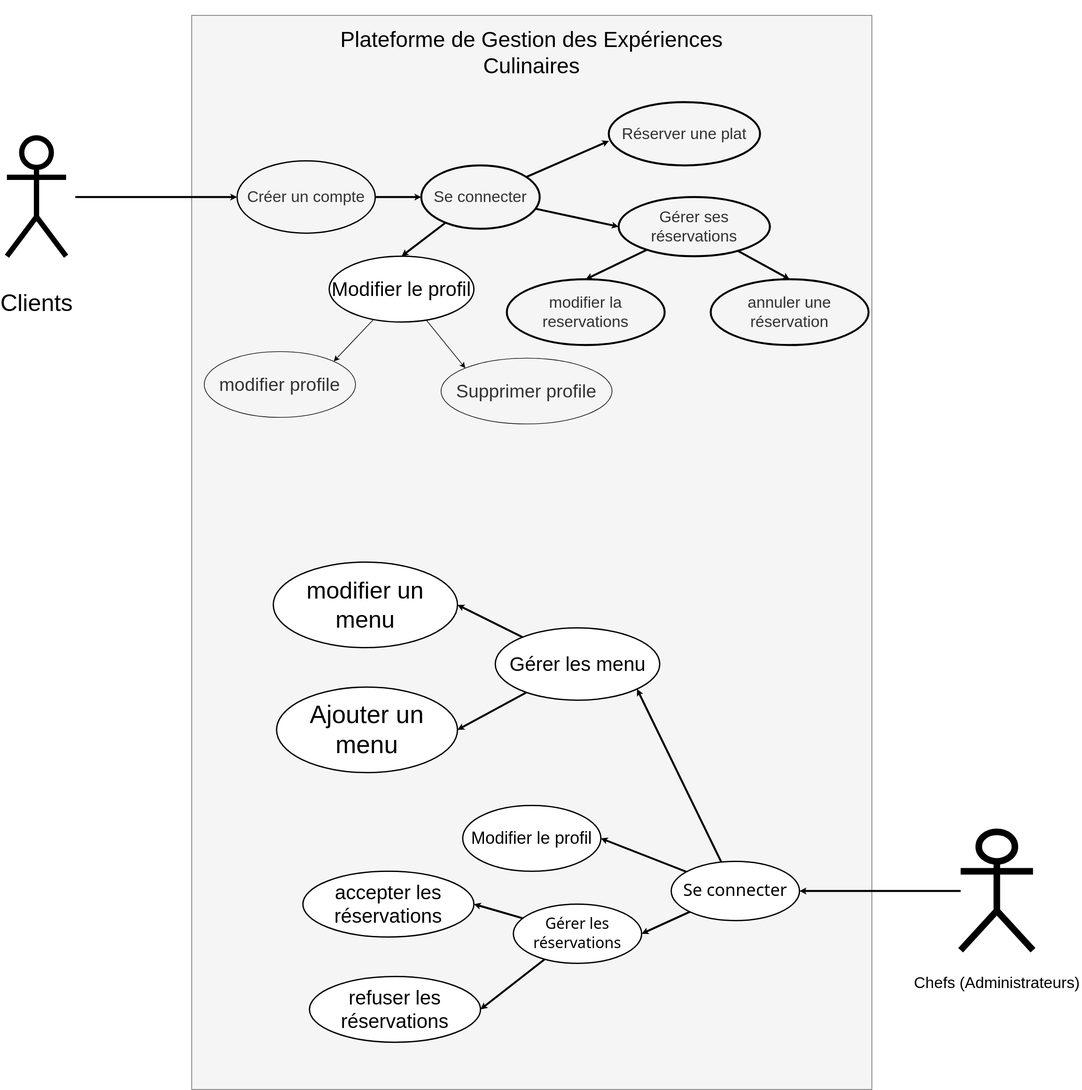
Earlier version of the draw.io export URD.dio.svg (Mahdi732/DINE-WHIT-US). Source tidied: cells renumbered, new cells last; positions are measured from the earlier drawing's top-left corner, leaving out a move shared by most shapes. The source it was exported from:
```xml
<mxGraphModel>
  <root>
    <mxCell id="0" />
    <mxCell id="1" parent="0" />
    <mxCell id="2" style="rounded=0;whiteSpace=wrap;html=1;rotation=-90;fillColor=#f5f5f5;fontColor=#333333;strokeColor=#666666;fontSize=43;" parent="1" vertex="1">
      <mxGeometry x="-0.5" y="248.2" width="1633" height="1034.1" as="geometry" />
    </mxCell>
    <mxCell id="3" value="&#10;&lt;span style=&quot;color: rgb(0, 0, 0); font-family: &amp;quot;Nunito Sans&amp;quot;, sans-serif; font-size: 36px; font-style: normal; font-variant-ligatures: normal; font-variant-caps: normal; font-weight: 400; letter-spacing: normal; orphans: 2; text-align: left; text-indent: 0px; text-transform: none; widows: 2; word-spacing: 0px; -webkit-text-stroke-width: 0px; background-color: rgb(255, 255, 255); text-decoration-thickness: initial; text-decoration-style: initial; text-decoration-color: initial; float: none; display: inline !important;&quot;&gt;Clients&lt;/span&gt;&#10;&#10;" style="shape=umlActor;verticalLabelPosition=bottom;verticalAlign=top;html=1;outlineConnect=0;strokeWidth=8;perimeterSpacing=14;fontSize=36;" parent="1" vertex="1">
      <mxGeometry x="18" y="135" width="90" height="180" as="geometry" />
    </mxCell>
    <mxCell id="4" style="edgeStyle=none;jumpSize=2;html=1;labelBackgroundColor=none;strokeColor=#000000;strokeWidth=3;fontSize=15;fontColor=#000000;endSize=1;entryX=1;entryY=0.5;entryDx=0;entryDy=0;" parent="1" edge="1" source="5" target="22">
      <mxGeometry relative="1" as="geometry" />
    </mxCell>
    <mxCell id="5" value="&#10;&lt;span style=&quot;color: rgb(0, 0, 0); font-family: &amp;quot;Nunito Sans&amp;quot;, sans-serif; font-size: 24px; font-style: normal; font-variant-ligatures: normal; font-variant-caps: normal; font-weight: 400; letter-spacing: normal; orphans: 2; text-align: left; text-indent: 0px; text-transform: none; widows: 2; word-spacing: 0px; -webkit-text-stroke-width: 0px; background-color: rgb(255, 255, 255); text-decoration-thickness: initial; text-decoration-style: initial; text-decoration-color: initial; float: none; display: inline !important;&quot;&gt;Chefs (Administrateurs)&lt;span style=&quot;font-size: 24px;&quot;&gt;&amp;nbsp;&lt;/span&gt;&lt;/span&gt;&#10;&#10;" style="shape=umlActor;verticalLabelPosition=bottom;verticalAlign=top;html=1;outlineConnect=0;fontSize=24;strokeWidth=10;" parent="1" vertex="1">
      <mxGeometry x="1468" y="1190" width="110" height="180" as="geometry" />
    </mxCell>
    <mxCell id="6" style="edgeStyle=none;jettySize=auto;html=1;fontSize=24;strokeWidth=3;entryX=0;entryY=0.5;entryDx=0;entryDy=0;strokeColor=#000000;jumpSize=2;endSize=1;" parent="1" edge="1" source="3" target="8">
      <mxGeometry relative="1" as="geometry" />
    </mxCell>
    <mxCell id="7" style="edgeStyle=none;jumpSize=2;html=1;strokeColor=#000000;strokeWidth=3;endSize=1;" parent="1" edge="1" source="8" target="13">
      <mxGeometry relative="1" as="geometry" />
    </mxCell>
    <mxCell id="8" value="Créer un compte" style="ellipse;strokeWidth=2;fontSize=24;fillColor=#f5f5f5;fontColor=#333333;strokeColor=#000000;whiteSpace=wrap;" parent="1" vertex="1">
      <mxGeometry x="368" y="170" width="210" height="110" as="geometry" />
    </mxCell>
    <mxCell id="9" value="Réserver une plat" style="ellipse;whiteSpace=wrap;html=1;strokeWidth=3;fontSize=24;fillColor=#f5f5f5;fontColor=#333333;strokeColor=#000000;" parent="1" vertex="1">
      <mxGeometry x="933" y="80.6" width="230" height="96.2" as="geometry" />
    </mxCell>
    <mxCell id="10" style="edgeStyle=none;jumpSize=2;html=1;entryX=0;entryY=0.5;entryDx=0;entryDy=0;strokeColor=#000000;strokeWidth=3;endSize=1;" parent="1" edge="1" source="13" target="16">
      <mxGeometry relative="1" as="geometry" />
    </mxCell>
    <mxCell id="11" style="edgeStyle=none;jumpSize=2;html=1;entryX=0.002;entryY=0.613;entryDx=0;entryDy=0;entryPerimeter=0;strokeColor=#000000;strokeWidth=3;endSize=1;" parent="1" edge="1" source="13" target="9">
      <mxGeometry relative="1" as="geometry" />
    </mxCell>
    <mxCell id="12" style="edgeStyle=none;jumpSize=2;html=1;entryX=0.5;entryY=0;entryDx=0;entryDy=0;labelBackgroundColor=none;strokeColor=#000000;strokeWidth=3;fontSize=30;fontColor=#000000;endSize=1;" parent="1" edge="1" source="13" target="36">
      <mxGeometry relative="1" as="geometry" />
    </mxCell>
    <mxCell id="13" value="Se connecter" style="ellipse;whiteSpace=wrap;strokeWidth=3;fontSize=24;fillColor=#f5f5f5;fontColor=#333333;strokeColor=#000000;" parent="1" vertex="1">
      <mxGeometry x="648" y="176.9" width="180" height="96.2" as="geometry" />
    </mxCell>
    <mxCell id="14" style="edgeStyle=none;jumpSize=2;html=1;entryX=0.5;entryY=0;entryDx=0;entryDy=0;labelBackgroundColor=none;strokeColor=#000000;strokeWidth=3;fontSize=26;fontColor=#000000;endSize=1;" parent="1" edge="1" source="16" target="18">
      <mxGeometry relative="1" as="geometry" />
    </mxCell>
    <mxCell id="15" style="edgeStyle=none;jumpSize=2;html=1;entryX=0.5;entryY=0;entryDx=0;entryDy=0;labelBackgroundColor=none;strokeColor=#000000;strokeWidth=3;fontSize=26;fontColor=#000000;endSize=1;" parent="1" edge="1" source="16" target="17">
      <mxGeometry relative="1" as="geometry" />
    </mxCell>
    <mxCell id="16" value="Gérer ses réservations" style="ellipse;whiteSpace=wrap;strokeWidth=3;fontSize=24;fillColor=#f5f5f5;fontColor=#333333;strokeColor=#000000;" parent="1" vertex="1">
      <mxGeometry x="948" y="225" width="230" height="90" as="geometry" />
    </mxCell>
    <mxCell id="17" value="annuler une réservation" style="ellipse;whiteSpace=wrap;html=1;strokeWidth=3;fontSize=24;fillColor=#f5f5f5;fontColor=#333333;strokeColor=#000000;" parent="1" vertex="1">
      <mxGeometry x="1088" y="350" width="240" height="100" as="geometry" />
    </mxCell>
    <mxCell id="18" value="modifier la reservations" style="ellipse;whiteSpace=wrap;strokeWidth=3;fontSize=24;fillColor=#f5f5f5;fontColor=#333333;strokeColor=#000000;" parent="1" vertex="1">
      <mxGeometry x="778" y="350" width="240" height="100" as="geometry" />
    </mxCell>
    <mxCell id="19" style="edgeStyle=none;jumpSize=2;html=1;entryX=1;entryY=0.5;entryDx=0;entryDy=0;labelBackgroundColor=none;strokeColor=#000000;strokeWidth=3;fontSize=15;fontColor=#000000;endSize=1;" parent="1" edge="1" source="22" target="25">
      <mxGeometry relative="1" as="geometry" />
    </mxCell>
    <mxCell id="20" style="edgeStyle=none;jumpSize=2;html=1;entryX=1;entryY=0.5;entryDx=0;entryDy=0;labelBackgroundColor=none;strokeColor=#000000;strokeWidth=3;fontSize=26;fontColor=#000000;endSize=1;" parent="1" edge="1" source="22" target="28">
      <mxGeometry relative="1" as="geometry" />
    </mxCell>
    <mxCell id="21" style="edgeStyle=none;jumpSize=2;html=1;entryX=1;entryY=1;entryDx=0;entryDy=0;labelBackgroundColor=none;strokeColor=#000000;strokeWidth=3;fontSize=26;fontColor=#000000;endSize=1;" parent="1" edge="1" source="22" target="31">
      <mxGeometry relative="1" as="geometry" />
    </mxCell>
    <mxCell id="22" value="&#10;&lt;span style=&quot;font-family: &amp;quot;gg sans&amp;quot;, &amp;quot;Noto Sans&amp;quot;, &amp;quot;Helvetica Neue&amp;quot;, Helvetica, Arial, sans-serif; font-size: 26px; font-style: normal; font-variant-ligatures: normal; font-variant-caps: normal; font-weight: 400; letter-spacing: normal; orphans: 2; text-align: left; text-indent: 0px; text-transform: none; widows: 2; word-spacing: 0px; -webkit-text-stroke-width: 0px; text-decoration-thickness: initial; text-decoration-style: initial; text-decoration-color: initial; float: none; display: inline !important;&quot;&gt;Se connecter&#10;&lt;/span&gt;&lt;br class=&quot;Apple-interchange-newline&quot; style=&quot;font-size: 26px;&quot;&gt;&#10;&#10;" style="ellipse;whiteSpace=wrap;html=1;labelBackgroundColor=none;strokeColor=#000000;strokeWidth=2;fontSize=26;fillColor=#FFFFFF;gradientColor=none;fontColor=#000000;spacingBottom=-40;spacingTop=20;" parent="1" vertex="1">
      <mxGeometry x="1028" y="1235" width="195" height="90" as="geometry" />
    </mxCell>
    <mxCell id="23" style="edgeStyle=none;jumpSize=2;html=1;entryX=1;entryY=0.5;entryDx=0;entryDy=0;labelBackgroundColor=none;strokeColor=#000000;strokeWidth=3;fontSize=26;fontColor=#000000;endSize=1;" parent="1" edge="1" source="25" target="26">
      <mxGeometry relative="1" as="geometry" />
    </mxCell>
    <mxCell id="24" style="edgeStyle=none;jumpSize=2;html=1;entryX=1;entryY=0.5;entryDx=0;entryDy=0;labelBackgroundColor=none;strokeColor=#000000;strokeWidth=3;fontSize=26;fontColor=#000000;endSize=1;" parent="1" edge="1" source="25" target="27">
      <mxGeometry relative="1" as="geometry" />
    </mxCell>
    <mxCell id="25" value="&#10;&lt;span style=&quot;font-family: &amp;quot;gg sans&amp;quot;, &amp;quot;Noto Sans&amp;quot;, &amp;quot;Helvetica Neue&amp;quot;, Helvetica, Arial, sans-serif; font-size: 23px; font-style: normal; font-variant-ligatures: normal; font-variant-caps: normal; font-weight: 400; letter-spacing: normal; orphans: 2; text-align: left; text-indent: 0px; text-transform: none; widows: 2; word-spacing: 0px; -webkit-text-stroke-width: 0px; text-decoration-thickness: initial; text-decoration-style: initial; text-decoration-color: initial; float: none; display: inline !important;&quot;&gt;Gérer les réservations&lt;/span&gt;&#10;&#10;" style="ellipse;whiteSpace=wrap;html=1;labelBackgroundColor=none;strokeColor=#000000;strokeWidth=2;fontSize=23;fontColor=#000000;fillColor=#FFFFFF;gradientColor=none;spacingBottom=-25;" parent="1" vertex="1">
      <mxGeometry x="788" y="1300" width="195" height="90" as="geometry" />
    </mxCell>
    <mxCell id="26" value="accepter les réservations" style="ellipse;whiteSpace=wrap;html=1;labelBackgroundColor=none;strokeColor=#000000;strokeWidth=2;fontSize=30;fontColor=#000000;fillColor=#FFFFFF;gradientColor=none;" parent="1" vertex="1">
      <mxGeometry x="468" y="1250" width="260" height="100" as="geometry" />
    </mxCell>
    <mxCell id="27" value="refuser les réservations" style="ellipse;whiteSpace=wrap;html=1;labelBackgroundColor=none;strokeColor=#000000;strokeWidth=2;fontSize=30;fontColor=#000000;fillColor=#FFFFFF;gradientColor=none;" parent="1" vertex="1">
      <mxGeometry x="478" y="1410" width="260" height="100" as="geometry" />
    </mxCell>
    <mxCell id="28" value="Modifier le profil" style="ellipse;whiteSpace=wrap;labelBackgroundColor=none;strokeColor=#000000;strokeWidth=2;fontSize=26;fontColor=#000000;fillColor=#FFFFFF;gradientColor=none;" parent="1" vertex="1">
      <mxGeometry x="711" y="1150" width="210" height="100" as="geometry" />
    </mxCell>
    <mxCell id="29" style="edgeStyle=none;jumpSize=2;html=1;entryX=1;entryY=0.5;entryDx=0;entryDy=0;labelBackgroundColor=none;strokeColor=#000000;strokeWidth=3;fontSize=26;fontColor=#000000;endSize=1;" parent="1" edge="1" source="31" target="33">
      <mxGeometry relative="1" as="geometry" />
    </mxCell>
    <mxCell id="30" style="edgeStyle=none;jumpSize=2;html=1;entryX=1;entryY=0.5;entryDx=0;entryDy=0;labelBackgroundColor=none;strokeColor=#000000;strokeWidth=3;fontSize=26;fontColor=#000000;endSize=1;" parent="1" edge="1" source="31" target="32">
      <mxGeometry relative="1" as="geometry" />
    </mxCell>
    <mxCell id="31" value="Gérer les menu" style="ellipse;whiteSpace=wrap;html=1;labelBackgroundColor=none;strokeColor=#000000;strokeWidth=2;fontSize=30;fontColor=#000000;fillColor=#FFFFFF;gradientColor=none;" parent="1" vertex="1">
      <mxGeometry x="760.5" y="880" width="250" height="110" as="geometry" />
    </mxCell>
    <mxCell id="32" value="Ajouter un menu" style="ellipse;whiteSpace=wrap;html=1;labelBackgroundColor=none;strokeColor=#000000;strokeWidth=2;fontSize=38;fontColor=#000000;fillColor=#FFFFFF;gradientColor=none;" parent="1" vertex="1">
      <mxGeometry x="428" y="970" width="275" height="130" as="geometry" />
    </mxCell>
    <mxCell id="33" value="modifier un menu" style="ellipse;whiteSpace=wrap;labelBackgroundColor=none;strokeColor=#000000;strokeWidth=2;fontSize=36;fontColor=#000000;fillColor=#FFFFFF;gradientColor=none;" parent="1" vertex="1">
      <mxGeometry x="423" y="780" width="280" height="130" as="geometry" />
    </mxCell>
    <mxCell id="34" style="edgeStyle=none;html=1;entryX=0;entryY=0;entryDx=0;entryDy=0;strokeColor=#000000;" parent="1" edge="1" source="36" target="38">
      <mxGeometry relative="1" as="geometry" />
    </mxCell>
    <mxCell id="35" style="edgeStyle=none;html=1;entryX=1;entryY=0;entryDx=0;entryDy=0;strokeColor=#000000;" parent="1" edge="1" source="36" target="37">
      <mxGeometry relative="1" as="geometry" />
    </mxCell>
    <mxCell id="36" value="Modifier le profil" style="ellipse;whiteSpace=wrap;labelBackgroundColor=none;strokeColor=#000000;strokeWidth=2;fontSize=30;fontColor=#000000;fillColor=#FFFFFF;gradientColor=none;" parent="1" vertex="1">
      <mxGeometry x="508" y="315" width="220" height="100" as="geometry" />
    </mxCell>
    <mxCell id="37" value="modifier profile" style="ellipse;whiteSpace=wrap;html=1;fillColor=#f5f5f5;fontColor=#333333;strokeColor=#000000;fontSize=28;" parent="1" vertex="1">
      <mxGeometry x="318" y="460" width="230" height="100" as="geometry" />
    </mxCell>
    <mxCell id="38" value="Supprimer profile" style="ellipse;whiteSpace=wrap;html=1;strokeColor=#000000;fillColor=#f5f5f5;fontColor=#333333;fontSize=28;" parent="1" vertex="1">
      <mxGeometry x="678" y="470" width="260" height="100" as="geometry" />
    </mxCell>
    <mxCell id="39" value="&#10;Plateforme de Gestion des Expériences Culinaires&#10;&#10;" style="text;html=1;strokeColor=none;fillColor=none;align=center;verticalAlign=middle;whiteSpace=wrap;rounded=0;fontSize=33;fontColor=#000000;" parent="1" vertex="1">
      <mxGeometry x="522.2" width="587.5" height="50" as="geometry" />
    </mxCell>
  </root>
</mxGraphModel>
```
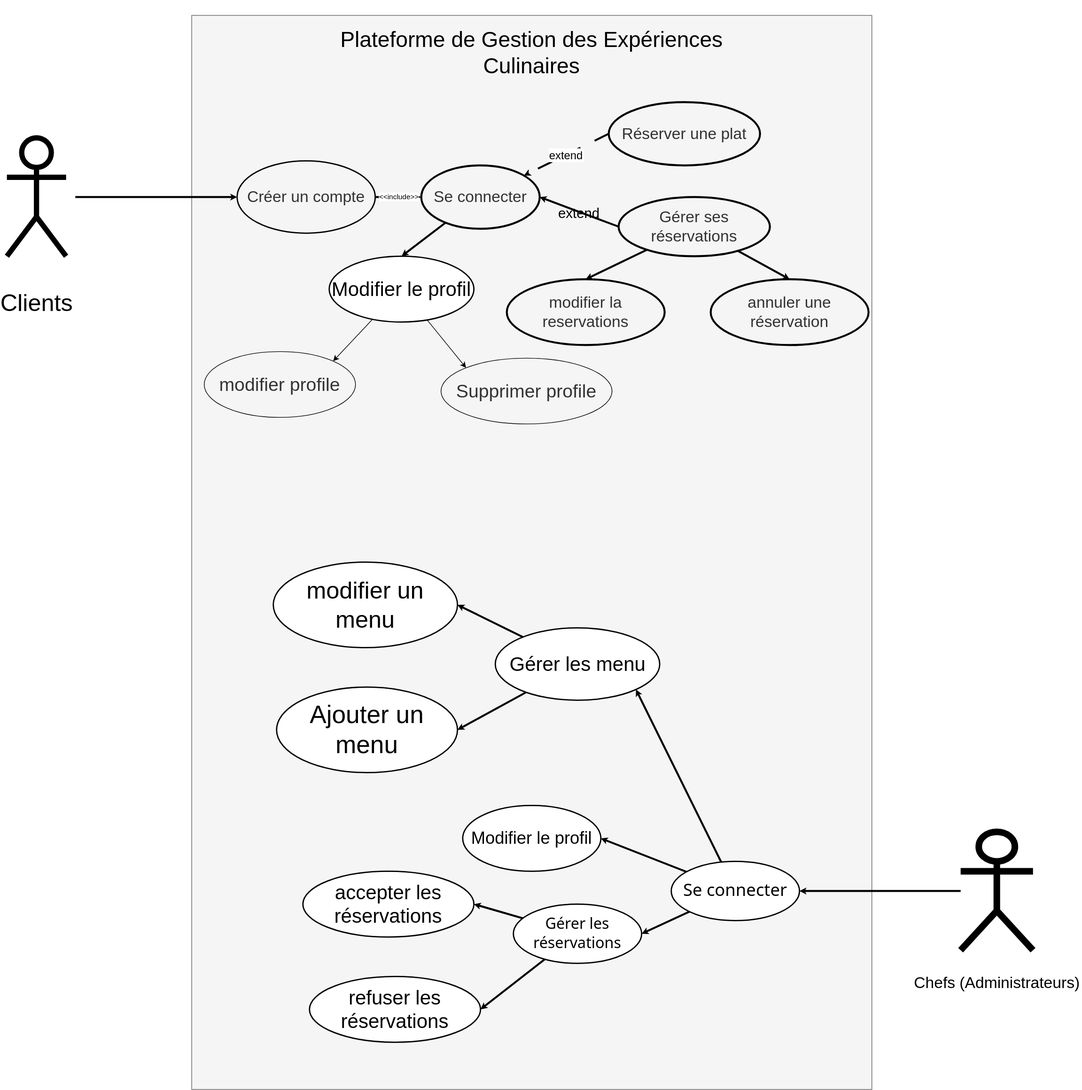
Above is the later version.

Commit message:
Handle admin redirection in reservation logic.

Added a conditional to redirect admin users to the menu page if they attempt to access the reservation functionality. Regular user reservation logic remains unchanged, ensuring proper database insertion and error handling.

What changed in the source:
```diff
@@ -17,7 +17,7 @@
     <mxCell id="6" style="edgeStyle=none;jettySize=auto;html=1;fontSize=24;strokeWidth=3;entryX=0;entryY=0.5;entryDx=0;entryDy=0;strokeColor=#000000;jumpSize=2;endSize=1;" parent="1" edge="1" source="3" target="8">
       <mxGeometry relative="1" as="geometry" />
     </mxCell>
-    <mxCell id="7" style="edgeStyle=none;jumpSize=2;html=1;strokeColor=#000000;strokeWidth=3;endSize=1;" parent="1" edge="1" source="8" target="13">
+    <mxCell id="7" value="&amp;lt;&amp;lt;include&amp;gt;&amp;gt;" style="edgeStyle=none;jumpSize=2;html=1;strokeColor=#000000;strokeWidth=3;endSize=1;" parent="1" edge="1" source="8" target="13">
       <mxGeometry relative="1" as="geometry" />
     </mxCell>
     <mxCell id="8" value="Créer un compte" style="ellipse;strokeWidth=2;fontSize=24;fillColor=#f5f5f5;fontColor=#333333;strokeColor=#000000;whiteSpace=wrap;" parent="1" vertex="1">
@@ -26,10 +26,10 @@
     <mxCell id="9" value="Réserver une plat" style="ellipse;whiteSpace=wrap;html=1;strokeWidth=3;fontSize=24;fillColor=#f5f5f5;fontColor=#333333;strokeColor=#000000;" parent="1" vertex="1">
       <mxGeometry x="933" y="80.6" width="230" height="96.2" as="geometry" />
     </mxCell>
-    <mxCell id="10" style="edgeStyle=none;jumpSize=2;html=1;entryX=0;entryY=0.5;entryDx=0;entryDy=0;strokeColor=#000000;strokeWidth=3;endSize=1;" parent="1" edge="1" source="13" target="16">
+    <mxCell id="10" value="extend" style="edgeStyle=none;jumpSize=2;entryX=1;entryY=0.5;entryDx=0;entryDy=0;strokeColor=#000000;strokeWidth=3;endSize=1;exitX=0;exitY=0.5;exitDx=0;exitDy=0;labelBackgroundColor=none;fontColor=#000000;fontSize=21;" parent="1" edge="1" source="16" target="13">
       <mxGeometry relative="1" as="geometry" />
     </mxCell>
-    <mxCell id="11" style="edgeStyle=none;jumpSize=2;html=1;entryX=0.002;entryY=0.613;entryDx=0;entryDy=0;entryPerimeter=0;strokeColor=#000000;strokeWidth=3;endSize=1;" parent="1" edge="1" source="13" target="9">
+    <mxCell id="11" value="extend" style="edgeStyle=none;jumpSize=2;strokeColor=#000000;strokeWidth=3;endSize=1;exitX=0;exitY=0.5;exitDx=0;exitDy=0;dashed=1;dashPattern=8 8;labelBackgroundColor=default;fontSize=17;" parent="1" edge="1" source="9" target="13">
       <mxGeometry relative="1" as="geometry" />
     </mxCell>
     <mxCell id="12" style="edgeStyle=none;jumpSize=2;html=1;entryX=0.5;entryY=0;entryDx=0;entryDy=0;labelBackgroundColor=none;strokeColor=#000000;strokeWidth=3;fontSize=30;fontColor=#000000;endSize=1;" parent="1" edge="1" source="13" target="36">
```
